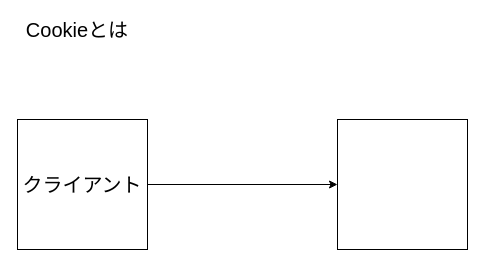
SantaSan-1224/HideoutRepo keeps this draw.io diagram as Untitled Diagram.drawio. Above is the earlier version. Source tidied: cells renumbered, new cells numbered last; positions are measured from the earlier drawing's top-left corner, leaving out a move shared by most shapes. Both pictures are drawn from the tidied source at 100%, with x=0, y=0 at pixel (17, 19).
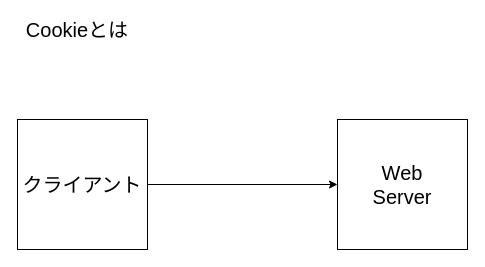
The same diagram, later.

What changed in the source:
```diff
@@
 <mxGraphModel>
   <root>
     <mxCell id="0" />
     <mxCell id="1" parent="0" />
     <mxCell id="2" value="Cookieとは" style="text;html=1;strokeColor=none;fillColor=none;align=center;verticalAlign=middle;whiteSpace=wrap;rounded=0;fontSize=20;" parent="1" vertex="1">
       <mxGeometry width="120" height="20" as="geometry" />
     </mxCell>
     <mxCell id="3" value="クライアント" style="whiteSpace=wrap;html=1;fontSize=20;" parent="1" vertex="1">
       <mxGeometry y="100" width="130" height="130" as="geometry" />
     </mxCell>
     <mxCell id="4" style="endArrow=classic;html=1;fontSize=20;exitX=1;exitY=0.5;exitDx=0;exitDy=0;entryX=0;entryY=0.5;entryDx=0;entryDy=0;" parent="1" edge="1" source="3" target="5">
       <mxGeometry relative="1" as="geometry" />
     </mxCell>
-    <mxCell id="5" style="whiteSpace=wrap;html=1;fontSize=20;" parent="1" vertex="1">
+    <mxCell id="5" value="Web&lt;br&gt;Server" style="whiteSpace=wrap;html=1;fontSize=20;" parent="1" vertex="1">
       <mxGeometry x="320" y="100" width="130" height="130" as="geometry" />
     </mxCell>
   </root>
 </mxGraphModel>
```
